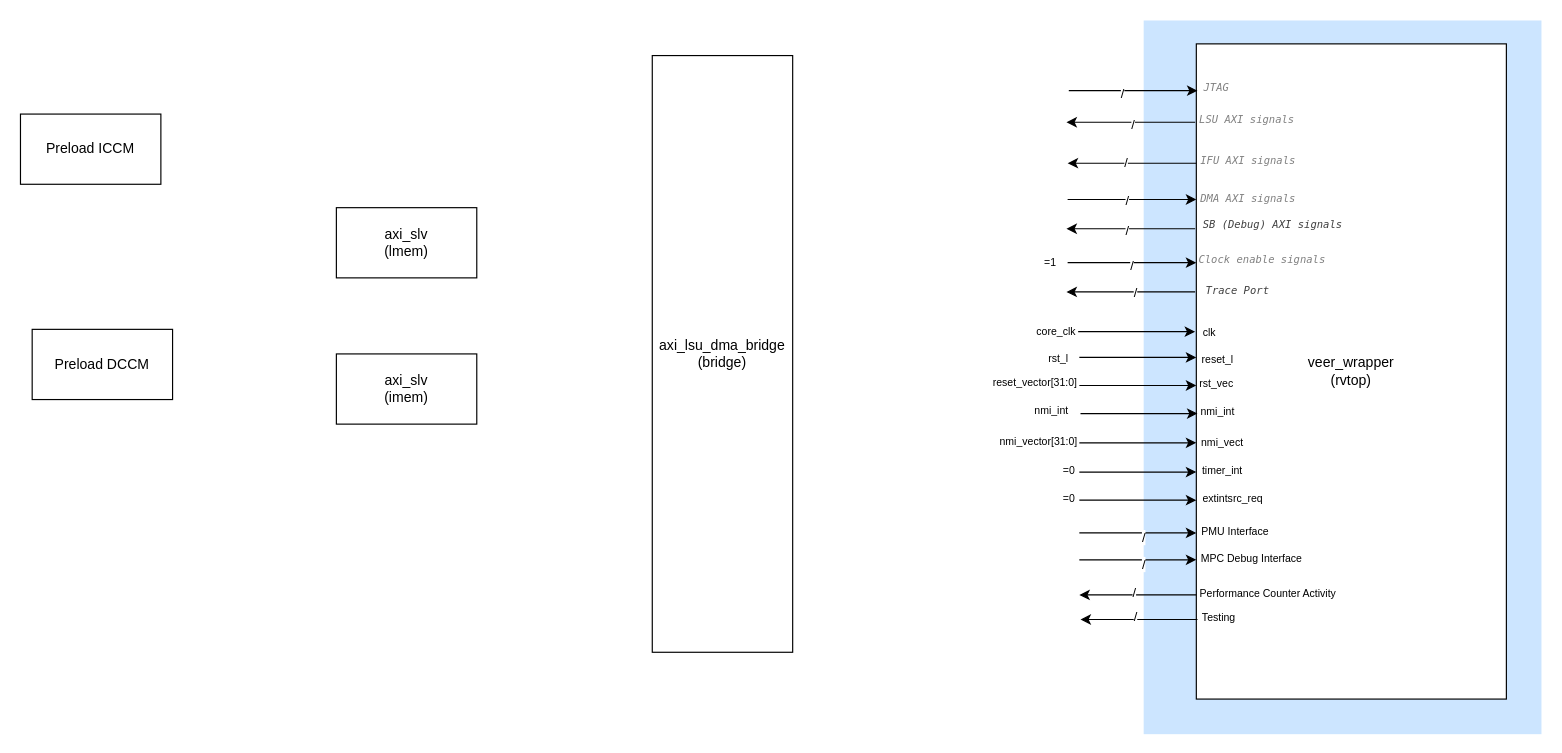
This is docs/blocks.drawio from WajahatRiaz/Cores-VeeR-EH1, a draw.io file, before an edit. Source tidied: cells renumbered, new cells numbered last; positions are measured from the earlier drawing's top-left corner, leaving out a move shared by most shapes. Both pictures are drawn from the tidied source at 117%, with x=0, y=0 at pixel (20, 20).
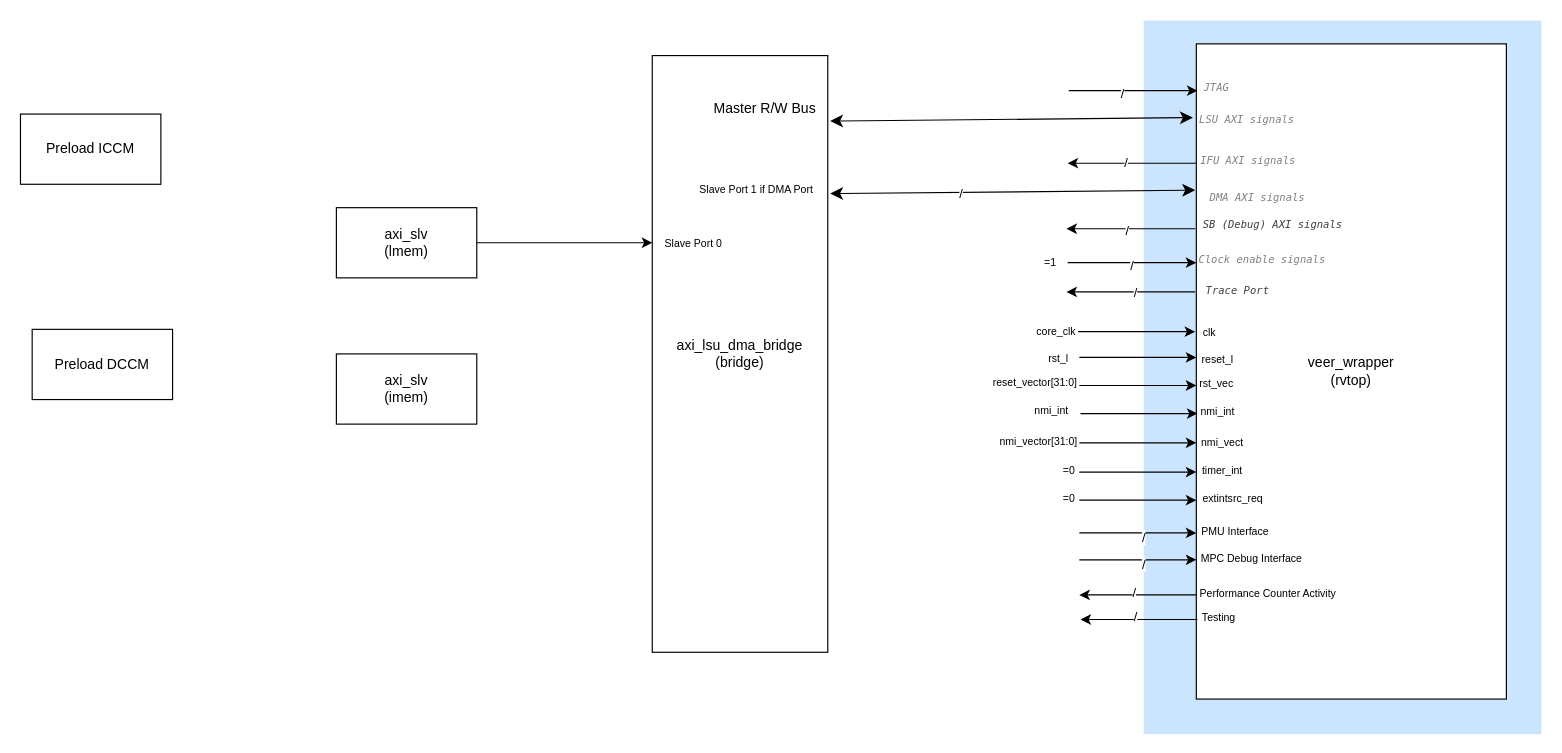
The same page after the edit.

Commit message:
External bridge added to the block diagram

Unchanged cells that the change refers to:
```xml
<mxCell id="6" value="&lt;div style=&quot;color: rgb(36, 41, 46); background-color: rgb(255, 255, 255); font-family: &amp;quot;Droid Sans Mono&amp;quot;, &amp;quot;monospace&amp;quot;, monospace; line-height: 19px; white-space-collapse: preserve;&quot;&gt;&lt;span style=&quot;color: rgb(128, 128, 128); font-style: italic;&quot;&gt;&lt;font style=&quot;font-size: 9px;&quot;&gt;LSU AXI signals&lt;/font&gt;&lt;/span&gt;&lt;/div&gt;" style="text;html=1;align=center;verticalAlign=middle;points=[];strokeColor=none;fillColor=none;" parent="1" vertex="1">
  <mxGeometry x="998" y="69" width="100" height="30" as="geometry" />
</mxCell>
<mxCell id="60" value="&lt;span style=&quot;color: rgb(0, 0, 0); text-wrap-mode: nowrap;&quot;&gt;axi_slv&lt;/span&gt;&lt;div style=&quot;text-wrap-mode: nowrap;&quot;&gt;(lmem)&lt;/div&gt;" style="whiteSpace=wrap;html=1;" parent="1" vertex="1">
  <mxGeometry x="270" y="160" width="120" height="60" as="geometry" />
</mxCell>
```

Change to the diagram source:
```diff
@@
-    <mxCell id="4" style="edgeStyle=none;orthogonalLoop=1;jettySize=auto;html=1;" parent="1" edge="1">
-      <mxGeometry relative="1" as="geometry">
-        <mxPoint x="1004" y="87" as="sourcePoint" />
-        <mxPoint x="894" y="87" as="targetPoint" />
-      </mxGeometry>
-    </mxCell>
-    <mxCell id="5" value="/" style="edgeLabel;html=1;align=center;verticalAlign=middle;" parent="4" vertex="1">
-      <mxGeometry x="-0.01" y="1" relative="1" as="geometry" />
-    </mxCell>
@@
-    <mxCell id="10" style="edgeStyle=none;orthogonalLoop=1;jettySize=auto;html=1;" parent="1" edge="1">
-      <mxGeometry relative="1" as="geometry">
-        <mxPoint x="895" y="153" as="sourcePoint" />
-        <mxPoint x="1005" y="153" as="targetPoint" />
-      </mxGeometry>
-    </mxCell>
-    <mxCell id="11" value="/" style="edgeLabel;html=1;align=center;verticalAlign=middle;" parent="10" vertex="1">
-      <mxGeometry x="-0.1" relative="1" as="geometry" />
-    </mxCell>
     <mxCell id="12" value="&lt;div style=&quot;color: rgb(36, 41, 46); background-color: rgb(255, 255, 255); font-family: &amp;quot;Droid Sans Mono&amp;quot;, &amp;quot;monospace&amp;quot;, monospace; line-height: 19px; white-space-collapse: preserve;&quot;&gt;&lt;span style=&quot;color: rgb(128, 128, 128); font-style: italic;&quot;&gt;&lt;font style=&quot;font-size: 9px;&quot;&gt;DMA AXI signals&lt;/font&gt;&lt;/span&gt;&lt;/div&gt;" style="text;html=1;align=center;verticalAlign=middle;points=[];strokeColor=none;fillColor=none;" parent="1" vertex="1">
-      <mxGeometry x="999" y="137" width="100" height="30" as="geometry" />
+      <mxGeometry x="1007" y="136" width="100" height="30" as="geometry" />
     </mxCell>
@@
     <mxCell id="59" value="axi_lsu_dma_bridge&lt;div&gt;(bridge)&lt;/div&gt;" style="whiteSpace=wrap;html=1;" parent="1" vertex="1">
-      <mxGeometry x="540" y="30" width="120" height="510" as="geometry" />
+      <mxGeometry x="540" y="30" width="150" height="510" as="geometry" />
     </mxCell>
@@
+    <mxCell id="64" style="edgeStyle=none;html=1;" parent="1" edge="1" source="60" target="65">
+      <mxGeometry relative="1" as="geometry" />
+    </mxCell>
+    <mxCell id="65" value="&lt;font style=&quot;font-size: 9px;&quot;&gt;Slave Port 0&lt;/font&gt;" style="text;html=1;align=center;verticalAlign=middle;points=[];strokeColor=none;fillColor=none;" parent="1" vertex="1">
+      <mxGeometry x="540" y="175" width="70" height="30" as="geometry" />
+    </mxCell>
+    <mxCell id="66" value="&lt;font style=&quot;font-size: 9px;&quot;&gt;Slave Port 1 if DMA Port&amp;nbsp;&lt;/font&gt;" style="text;html=1;align=center;verticalAlign=middle;points=[];strokeColor=none;fillColor=none;" parent="1" vertex="1">
+      <mxGeometry x="570" y="129" width="120" height="30" as="geometry" />
+    </mxCell>
+    <mxCell id="67" style="edgeStyle=none;jettySize=auto;html=1;endArrow=classic;startArrow=classic;endSize=8;startSize=8;exitX=1.017;exitY=0.633;exitDx=0;exitDy=0;exitPerimeter=0;entryX=-0.03;entryY=0.3;entryDx=0;entryDy=0;entryPerimeter=0;" parent="1" edge="1" source="66" target="12">
+      <mxGeometry relative="1" as="geometry" />
+    </mxCell>
+    <mxCell id="68" value="/" style="edgeLabel;html=1;align=center;verticalAlign=middle;" parent="67" vertex="1">
+      <mxGeometry x="-0.29" y="-1" relative="1" as="geometry" />
+    </mxCell>
+    <mxCell id="69" style="edgeStyle=none;jettySize=auto;html=1;endArrow=classic;startArrow=classic;endSize=8;startSize=8;entryX=0.04;entryY=0.467;entryDx=0;entryDy=0;entryPerimeter=0;exitX=1.009;exitY=0.833;exitDx=0;exitDy=0;exitPerimeter=0;" parent="1" edge="1" source="70" target="6">
+      <mxGeometry relative="1" as="geometry" />
+    </mxCell>
+    <mxCell id="70" value="Master R/W Bus" style="text;html=1;align=center;verticalAlign=middle;points=[];strokeColor=none;fillColor=none;" parent="1" vertex="1">
+      <mxGeometry x="581" y="61" width="110" height="30" as="geometry" />
+    </mxCell>
```
